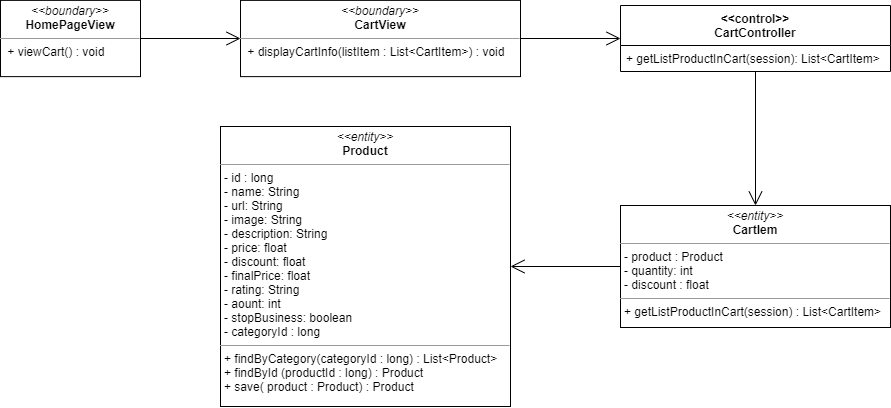
nguyenphamvan/datn_20202 keeps this draw.io diagram as image-class/view-cart-class-diagram.png. Above is the earlier version. Source tidied: cells renumbered, new cells last; positions are measured from the earlier drawing's top-left corner, leaving out a move shared by most shapes. The source it was exported from:
```xml
<mxGraphModel>
  <root>
    <mxCell id="0" />
    <mxCell id="1" parent="0" />
    <mxCell id="2" value="&lt;p style=&quot;margin: 0px ; margin-top: 4px ; text-align: center&quot;&gt;&lt;i&gt;&amp;lt;&amp;lt;boundary&amp;gt;&amp;gt;&lt;/i&gt;&lt;br&gt;&lt;b&gt;CartView&lt;/b&gt;&lt;/p&gt;&lt;hr size=&quot;1&quot;&gt;&lt;p style=&quot;margin: 0px ; margin-left: 4px&quot;&gt;&lt;span&gt;&amp;nbsp;+ displayCartInfo(listItem : List&amp;lt;CartItem&amp;gt;) : void&lt;br&gt;&lt;/span&gt;&lt;/p&gt;" style="verticalAlign=top;align=left;overflow=fill;fontSize=12;fontFamily=Helvetica;html=1;" parent="1" vertex="1">
      <mxGeometry x="240" y="-0.1" width="280" height="76.2" as="geometry" />
    </mxCell>
    <mxCell id="3" value="&lt;p style=&quot;margin: 0px ; margin-top: 4px ; text-align: center&quot;&gt;&lt;i&gt;&amp;lt;&amp;lt;entity&amp;gt;&amp;gt;&lt;/i&gt;&lt;br&gt;&lt;b&gt;CartIem&lt;/b&gt;&lt;/p&gt;&lt;hr size=&quot;1&quot;&gt;&lt;p style=&quot;margin: 0px ; margin-left: 4px&quot;&gt;- product : Product&lt;/p&gt;&lt;p style=&quot;margin: 0px ; margin-left: 4px&quot;&gt;- quantity: int&lt;br&gt;- discount : float&lt;/p&gt;&lt;hr size=&quot;1&quot;&gt;&lt;p style=&quot;margin: 0px ; margin-left: 4px&quot;&gt;+ getListProductInCart(session) : List&amp;lt;CartItem&amp;gt;&lt;br&gt;&lt;/p&gt;" style="verticalAlign=top;align=left;overflow=fill;fontSize=12;fontFamily=Helvetica;html=1;" parent="1" vertex="1">
      <mxGeometry x="620" y="205" width="270" height="122" as="geometry" />
    </mxCell>
    <mxCell id="4" value="&lt;&lt;control&gt;&gt;&#10;CartController" style="swimlane;fontStyle=1;align=center;verticalAlign=top;horizontal=1;startSize=40;" parent="1" vertex="1">
      <mxGeometry x="620" y="5" width="270" height="66" as="geometry" />
    </mxCell>
    <mxCell id="5" value="+ getListProductInCart(session): List&lt;CartItem&gt;" style="text;strokeColor=none;fillColor=none;align=left;verticalAlign=top;spacingLeft=4;spacingRight=4;overflow=hidden;" parent="4" vertex="1">
      <mxGeometry y="40" width="270" height="26" as="geometry" />
    </mxCell>
    <mxCell id="6" style="endArrow=open;endFill=1;endSize=12;html=1;" parent="1" edge="1" source="4" target="3">
      <mxGeometry relative="1" as="geometry" />
    </mxCell>
    <mxCell id="7" value="&lt;p style=&quot;margin: 0px ; margin-top: 4px ; text-align: center&quot;&gt;&lt;i&gt;&amp;lt;&amp;lt;boundary&amp;gt;&amp;gt;&lt;/i&gt;&lt;br&gt;&lt;b&gt;HomePageView&lt;/b&gt;&lt;/p&gt;&lt;hr size=&quot;1&quot;&gt;&lt;p style=&quot;margin: 0px ; margin-left: 4px&quot;&gt;&lt;span&gt;&amp;nbsp;+ viewCart() : void&lt;br&gt;&lt;/span&gt;&lt;/p&gt;" style="verticalAlign=top;align=left;overflow=fill;fontSize=12;fontFamily=Helvetica;html=1;" parent="1" vertex="1">
      <mxGeometry y="-0.1" width="140" height="76.2" as="geometry" />
    </mxCell>
    <mxCell id="8" style="endArrow=open;endFill=1;endSize=12;html=1;" parent="1" edge="1" source="7" target="2">
      <mxGeometry relative="1" as="geometry" />
    </mxCell>
    <mxCell id="9" style="endArrow=open;endFill=1;endSize=12;html=1;" parent="1" edge="1" source="2" target="4">
      <mxGeometry relative="1" as="geometry" />
    </mxCell>
    <mxCell id="10" value="&lt;p style=&quot;margin: 0px ; margin-top: 4px ; text-align: center&quot;&gt;&lt;i&gt;&amp;lt;&amp;lt;entity&amp;gt;&amp;gt;&lt;/i&gt;&lt;br&gt;&lt;b&gt;Product&lt;/b&gt;&lt;/p&gt;&lt;hr size=&quot;1&quot;&gt;&lt;p style=&quot;margin: 0px ; margin-left: 4px&quot;&gt;- id : long&lt;/p&gt;&lt;p style=&quot;margin: 0px ; margin-left: 4px&quot;&gt;- name: String&lt;br&gt;- url: String&lt;/p&gt;&lt;p style=&quot;margin: 0px ; margin-left: 4px&quot;&gt;- image: String&lt;/p&gt;&lt;p style=&quot;margin: 0px ; margin-left: 4px&quot;&gt;- description: String&lt;/p&gt;&lt;p style=&quot;margin: 0px ; margin-left: 4px&quot;&gt;- price: float&lt;/p&gt;&lt;p style=&quot;margin: 0px ; margin-left: 4px&quot;&gt;- discount: float&lt;/p&gt;&lt;p style=&quot;margin: 0px ; margin-left: 4px&quot;&gt;- finalPrice: float&lt;/p&gt;&lt;p style=&quot;margin: 0px ; margin-left: 4px&quot;&gt;- rating: String&lt;/p&gt;&lt;p style=&quot;margin: 0px ; margin-left: 4px&quot;&gt;- aount: int&lt;/p&gt;&lt;p style=&quot;margin: 0px ; margin-left: 4px&quot;&gt;- stopBusiness: boolean&lt;/p&gt;&lt;p style=&quot;margin: 0px ; margin-left: 4px&quot;&gt;- categoryId : long&lt;/p&gt;&lt;hr size=&quot;1&quot;&gt;&lt;p style=&quot;margin: 0px 0px 0px 4px&quot;&gt;+ findByCategory(categoryId : long) : List&amp;lt;Product&amp;gt;&lt;/p&gt;&lt;p style=&quot;margin: 0px 0px 0px 4px&quot;&gt;+ findById (productId : long) : Product&lt;/p&gt;&lt;p style=&quot;margin: 0px 0px 0px 4px&quot;&gt;+ save( product : Product) : Product&lt;/p&gt;" style="verticalAlign=top;align=left;overflow=fill;fontSize=12;fontFamily=Helvetica;html=1;" parent="1" vertex="1">
      <mxGeometry x="220" y="126" width="290" height="280" as="geometry" />
    </mxCell>
    <mxCell id="11" style="endArrow=open;endFill=1;endSize=12;html=1;" parent="1" edge="1" source="3" target="10">
      <mxGeometry relative="1" as="geometry" />
    </mxCell>
  </root>
</mxGraphModel>
```
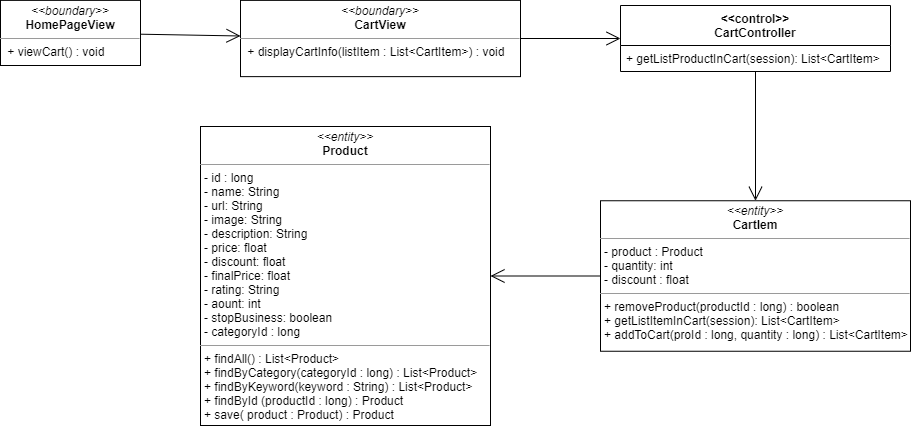
The same file after the commit.

Diff of the diagram source:
```diff
@@ -5,8 +5,8 @@
     <mxCell id="2" value="&lt;p style=&quot;margin: 0px ; margin-top: 4px ; text-align: center&quot;&gt;&lt;i&gt;&amp;lt;&amp;lt;boundary&amp;gt;&amp;gt;&lt;/i&gt;&lt;br&gt;&lt;b&gt;CartView&lt;/b&gt;&lt;/p&gt;&lt;hr size=&quot;1&quot;&gt;&lt;p style=&quot;margin: 0px ; margin-left: 4px&quot;&gt;&lt;span&gt;&amp;nbsp;+ displayCartInfo(listItem : List&amp;lt;CartItem&amp;gt;) : void&lt;br&gt;&lt;/span&gt;&lt;/p&gt;" style="verticalAlign=top;align=left;overflow=fill;fontSize=12;fontFamily=Helvetica;html=1;" parent="1" vertex="1">
       <mxGeometry x="240" y="-0.1" width="280" height="76.2" as="geometry" />
     </mxCell>
-    <mxCell id="3" value="&lt;p style=&quot;margin: 0px ; margin-top: 4px ; text-align: center&quot;&gt;&lt;i&gt;&amp;lt;&amp;lt;entity&amp;gt;&amp;gt;&lt;/i&gt;&lt;br&gt;&lt;b&gt;CartIem&lt;/b&gt;&lt;/p&gt;&lt;hr size=&quot;1&quot;&gt;&lt;p style=&quot;margin: 0px ; margin-left: 4px&quot;&gt;- product : Product&lt;/p&gt;&lt;p style=&quot;margin: 0px ; margin-left: 4px&quot;&gt;- quantity: int&lt;br&gt;- discount : float&lt;/p&gt;&lt;hr size=&quot;1&quot;&gt;&lt;p style=&quot;margin: 0px ; margin-left: 4px&quot;&gt;+ getListProductInCart(session) : List&amp;lt;CartItem&amp;gt;&lt;br&gt;&lt;/p&gt;" style="verticalAlign=top;align=left;overflow=fill;fontSize=12;fontFamily=Helvetica;html=1;" parent="1" vertex="1">
-      <mxGeometry x="620" y="205" width="270" height="122" as="geometry" />
+    <mxCell id="3" value="&lt;p style=&quot;margin: 0px ; margin-top: 4px ; text-align: center&quot;&gt;&lt;i&gt;&amp;lt;&amp;lt;entity&amp;gt;&amp;gt;&lt;/i&gt;&lt;br&gt;&lt;b&gt;CartIem&lt;/b&gt;&lt;/p&gt;&lt;hr size=&quot;1&quot;&gt;&lt;p style=&quot;margin: 0px ; margin-left: 4px&quot;&gt;- product : Product&lt;/p&gt;&lt;p style=&quot;margin: 0px ; margin-left: 4px&quot;&gt;- quantity: int&lt;br&gt;- discount : float&lt;/p&gt;&lt;hr size=&quot;1&quot;&gt;&lt;p style=&quot;margin: 0px 0px 0px 4px&quot;&gt;+ removeProduct(productId : long) : boolean&lt;/p&gt;&lt;p style=&quot;margin: 0px 0px 0px 4px&quot;&gt;+ getListItemInCart(session): List&amp;lt;CartItem&amp;gt;&lt;/p&gt;&lt;p style=&quot;margin: 0px 0px 0px 4px&quot;&gt;+ addToCart(proId : long, quantity : long) : List&amp;lt;CartItem&amp;gt;&lt;/p&gt;" style="verticalAlign=top;align=left;overflow=fill;fontSize=12;fontFamily=Helvetica;html=1;" parent="1" vertex="1">
+      <mxGeometry x="600" y="200.2" width="310" height="150.5" as="geometry" />
     </mxCell>
     <mxCell id="4" value="&lt;&lt;control&gt;&gt;&#10;CartController" style="swimlane;fontStyle=1;align=center;verticalAlign=top;horizontal=1;startSize=40;" parent="1" vertex="1">
       <mxGeometry x="620" y="5" width="270" height="66" as="geometry" />
@@ -18,7 +18,7 @@
       <mxGeometry relative="1" as="geometry" />
     </mxCell>
     <mxCell id="7" value="&lt;p style=&quot;margin: 0px ; margin-top: 4px ; text-align: center&quot;&gt;&lt;i&gt;&amp;lt;&amp;lt;boundary&amp;gt;&amp;gt;&lt;/i&gt;&lt;br&gt;&lt;b&gt;HomePageView&lt;/b&gt;&lt;/p&gt;&lt;hr size=&quot;1&quot;&gt;&lt;p style=&quot;margin: 0px ; margin-left: 4px&quot;&gt;&lt;span&gt;&amp;nbsp;+ viewCart() : void&lt;br&gt;&lt;/span&gt;&lt;/p&gt;" style="verticalAlign=top;align=left;overflow=fill;fontSize=12;fontFamily=Helvetica;html=1;" parent="1" vertex="1">
-      <mxGeometry y="-0.1" width="140" height="76.2" as="geometry" />
+      <mxGeometry y="-0.1" width="140" height="65.1" as="geometry" />
     </mxCell>
     <mxCell id="8" style="endArrow=open;endFill=1;endSize=12;html=1;" parent="1" edge="1" source="7" target="2">
       <mxGeometry relative="1" as="geometry" />
@@ -26,8 +26,8 @@
     <mxCell id="9" style="endArrow=open;endFill=1;endSize=12;html=1;" parent="1" edge="1" source="2" target="4">
       <mxGeometry relative="1" as="geometry" />
     </mxCell>
-    <mxCell id="10" value="&lt;p style=&quot;margin: 0px ; margin-top: 4px ; text-align: center&quot;&gt;&lt;i&gt;&amp;lt;&amp;lt;entity&amp;gt;&amp;gt;&lt;/i&gt;&lt;br&gt;&lt;b&gt;Product&lt;/b&gt;&lt;/p&gt;&lt;hr size=&quot;1&quot;&gt;&lt;p style=&quot;margin: 0px ; margin-left: 4px&quot;&gt;- id : long&lt;/p&gt;&lt;p style=&quot;margin: 0px ; margin-left: 4px&quot;&gt;- name: String&lt;br&gt;- url: String&lt;/p&gt;&lt;p style=&quot;margin: 0px ; margin-left: 4px&quot;&gt;- image: String&lt;/p&gt;&lt;p style=&quot;margin: 0px ; margin-left: 4px&quot;&gt;- description: String&lt;/p&gt;&lt;p style=&quot;margin: 0px ; margin-left: 4px&quot;&gt;- price: float&lt;/p&gt;&lt;p style=&quot;margin: 0px ; margin-left: 4px&quot;&gt;- discount: float&lt;/p&gt;&lt;p style=&quot;margin: 0px ; margin-left: 4px&quot;&gt;- finalPrice: float&lt;/p&gt;&lt;p style=&quot;margin: 0px ; margin-left: 4px&quot;&gt;- rating: String&lt;/p&gt;&lt;p style=&quot;margin: 0px ; margin-left: 4px&quot;&gt;- aount: int&lt;/p&gt;&lt;p style=&quot;margin: 0px ; margin-left: 4px&quot;&gt;- stopBusiness: boolean&lt;/p&gt;&lt;p style=&quot;margin: 0px ; margin-left: 4px&quot;&gt;- categoryId : long&lt;/p&gt;&lt;hr size=&quot;1&quot;&gt;&lt;p style=&quot;margin: 0px 0px 0px 4px&quot;&gt;+ findByCategory(categoryId : long) : List&amp;lt;Product&amp;gt;&lt;/p&gt;&lt;p style=&quot;margin: 0px 0px 0px 4px&quot;&gt;+ findById (productId : long) : Product&lt;/p&gt;&lt;p style=&quot;margin: 0px 0px 0px 4px&quot;&gt;+ save( product : Product) : Product&lt;/p&gt;" style="verticalAlign=top;align=left;overflow=fill;fontSize=12;fontFamily=Helvetica;html=1;" parent="1" vertex="1">
-      <mxGeometry x="220" y="126" width="290" height="280" as="geometry" />
+    <mxCell id="10" value="&lt;p style=&quot;margin: 0px ; margin-top: 4px ; text-align: center&quot;&gt;&lt;i&gt;&amp;lt;&amp;lt;entity&amp;gt;&amp;gt;&lt;/i&gt;&lt;br&gt;&lt;b&gt;Product&lt;/b&gt;&lt;/p&gt;&lt;hr size=&quot;1&quot;&gt;&lt;p style=&quot;margin: 0px ; margin-left: 4px&quot;&gt;- id : long&lt;/p&gt;&lt;p style=&quot;margin: 0px ; margin-left: 4px&quot;&gt;- name: String&lt;br&gt;- url: String&lt;/p&gt;&lt;p style=&quot;margin: 0px ; margin-left: 4px&quot;&gt;- image: String&lt;/p&gt;&lt;p style=&quot;margin: 0px ; margin-left: 4px&quot;&gt;- description: String&lt;/p&gt;&lt;p style=&quot;margin: 0px ; margin-left: 4px&quot;&gt;- price: float&lt;/p&gt;&lt;p style=&quot;margin: 0px ; margin-left: 4px&quot;&gt;- discount: float&lt;/p&gt;&lt;p style=&quot;margin: 0px ; margin-left: 4px&quot;&gt;- finalPrice: float&lt;/p&gt;&lt;p style=&quot;margin: 0px ; margin-left: 4px&quot;&gt;- rating: String&lt;/p&gt;&lt;p style=&quot;margin: 0px ; margin-left: 4px&quot;&gt;- aount: int&lt;/p&gt;&lt;p style=&quot;margin: 0px ; margin-left: 4px&quot;&gt;- stopBusiness: boolean&lt;/p&gt;&lt;p style=&quot;margin: 0px ; margin-left: 4px&quot;&gt;- categoryId : long&lt;/p&gt;&lt;hr size=&quot;1&quot;&gt;&lt;p style=&quot;margin: 0px 0px 0px 4px&quot;&gt;+ findAll() : List&amp;lt;Product&amp;gt;&lt;/p&gt;&lt;p style=&quot;margin: 0px 0px 0px 4px&quot;&gt;+ findByCategory(categoryId : long) : List&amp;lt;Product&amp;gt;&lt;/p&gt;&lt;p style=&quot;margin: 0px 0px 0px 4px&quot;&gt;+ findByKeyword(keyword : String) : List&amp;lt;Product&amp;gt;&lt;/p&gt;&lt;p style=&quot;margin: 0px 0px 0px 4px&quot;&gt;+ findById (productId : long) : Product&lt;/p&gt;&lt;p style=&quot;margin: 0px 0px 0px 4px&quot;&gt;+ save( product : Product) : Product&lt;/p&gt;" style="verticalAlign=top;align=left;overflow=fill;fontSize=12;fontFamily=Helvetica;html=1;" parent="1" vertex="1">
+      <mxGeometry x="200" y="126" width="290" height="299" as="geometry" />
     </mxCell>
     <mxCell id="11" style="endArrow=open;endFill=1;endSize=12;html=1;" parent="1" edge="1" source="3" target="10">
       <mxGeometry relative="1" as="geometry" />
```
